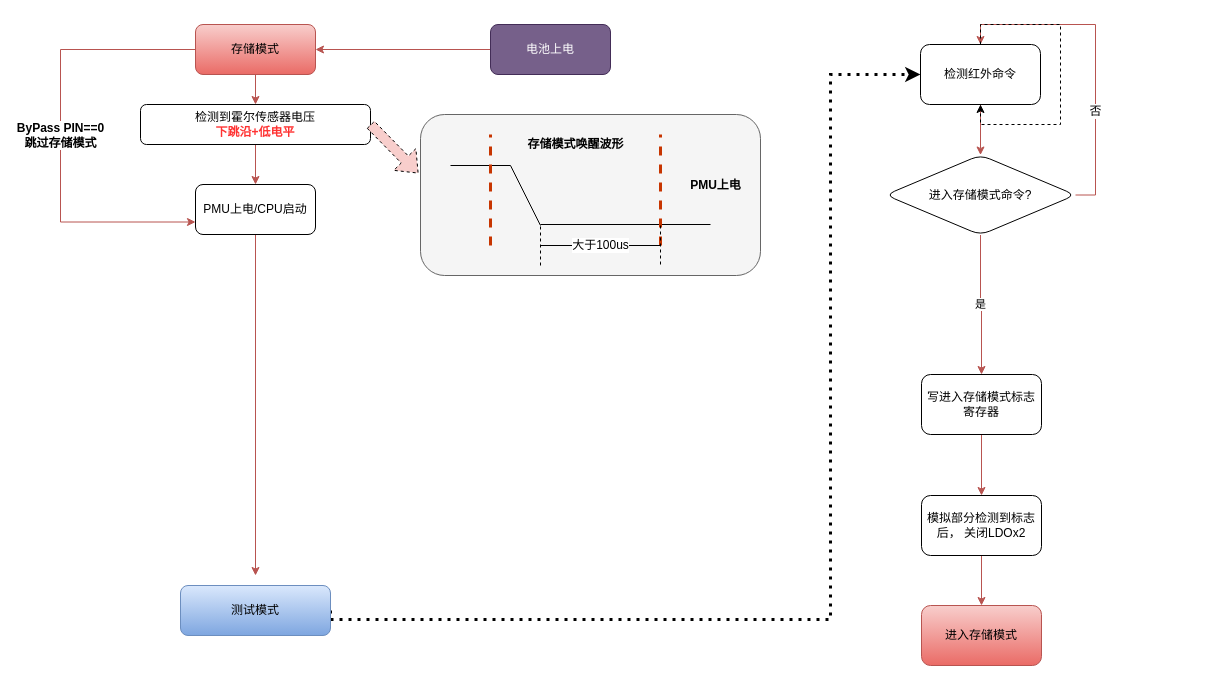
Above: page "存储模式" (2 of 3) of Chip Functional Mode.drawio in fenixchen/work (draw.io), before the change. Source tidied: cells renumbered, new cells numbered last; positions are measured from the earlier drawing's top-left corner, leaving out a move shared by most shapes. Both pictures are drawn from the tidied source at 100%, with x=0, y=0 at pixel (60, 24).
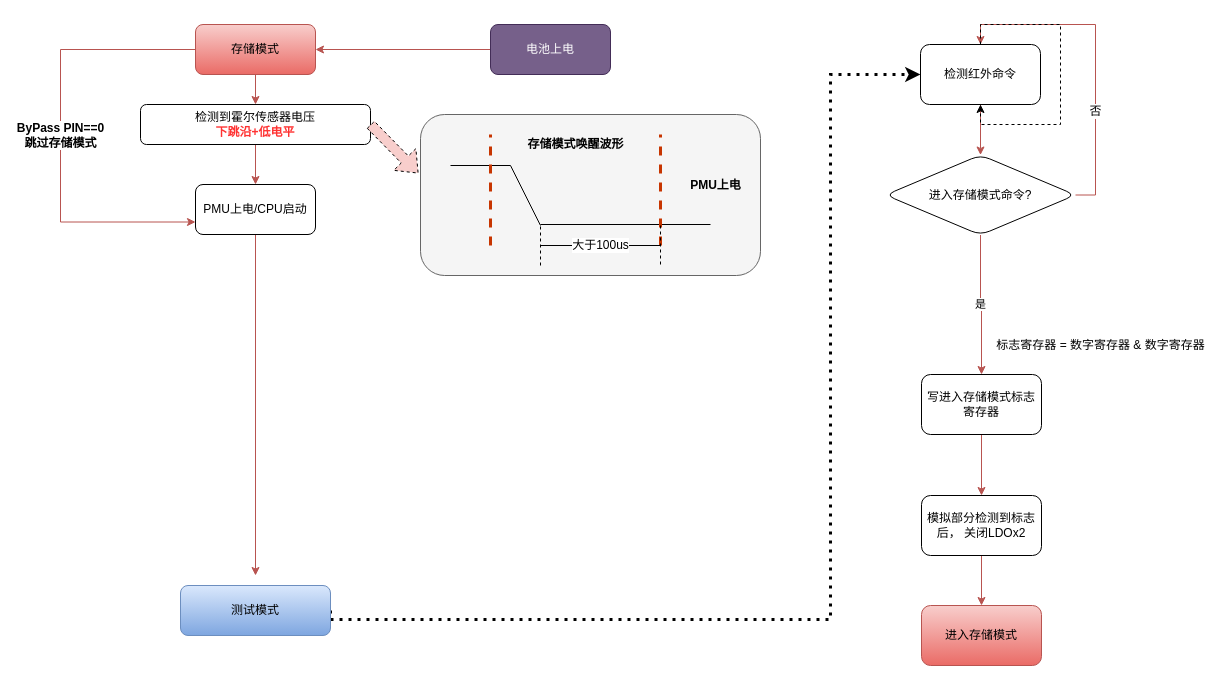
Above is the later version.

The edit, as a diff of the source:
```diff
@@
+    <mxCell id="36" value="标志寄存器 = 数字寄存器 &amp;amp; 数字寄存器" style="text;html=1;align=center;verticalAlign=middle;fillColor=none;strokeColor=none;rounded=0;" parent="1" vertex="1">
+      <mxGeometry x="930" y="311" width="220" height="20" as="geometry" />
+    </mxCell>
```
